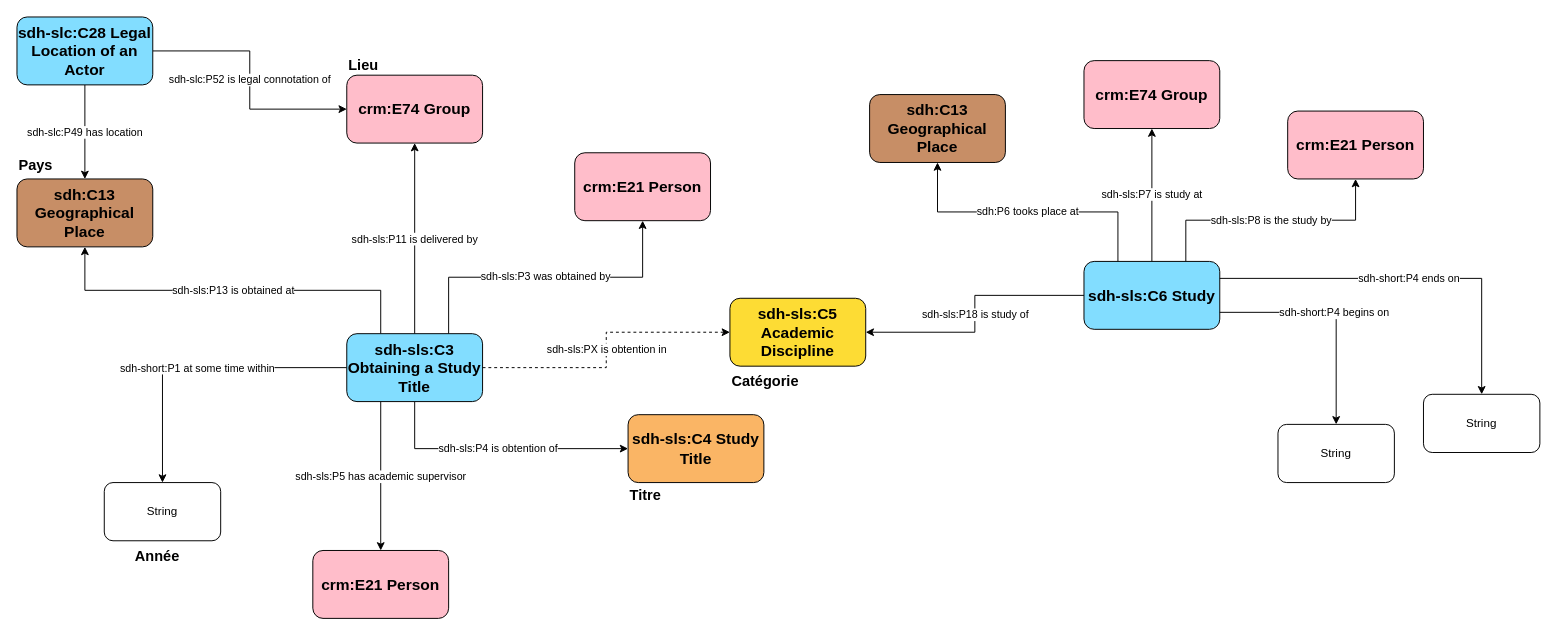
Before: ontology/diagrams/education.drawio in lod4hss-projects/elites_suisses_data, a draw.io diagram. Source tidied: cells renumbered, new cells numbered last; positions are measured from the earlier drawing's top-left corner, leaving out a move shared by most shapes. Both pictures are drawn from the tidied source at 97%, with x=0, y=0 at pixel (16, 16).
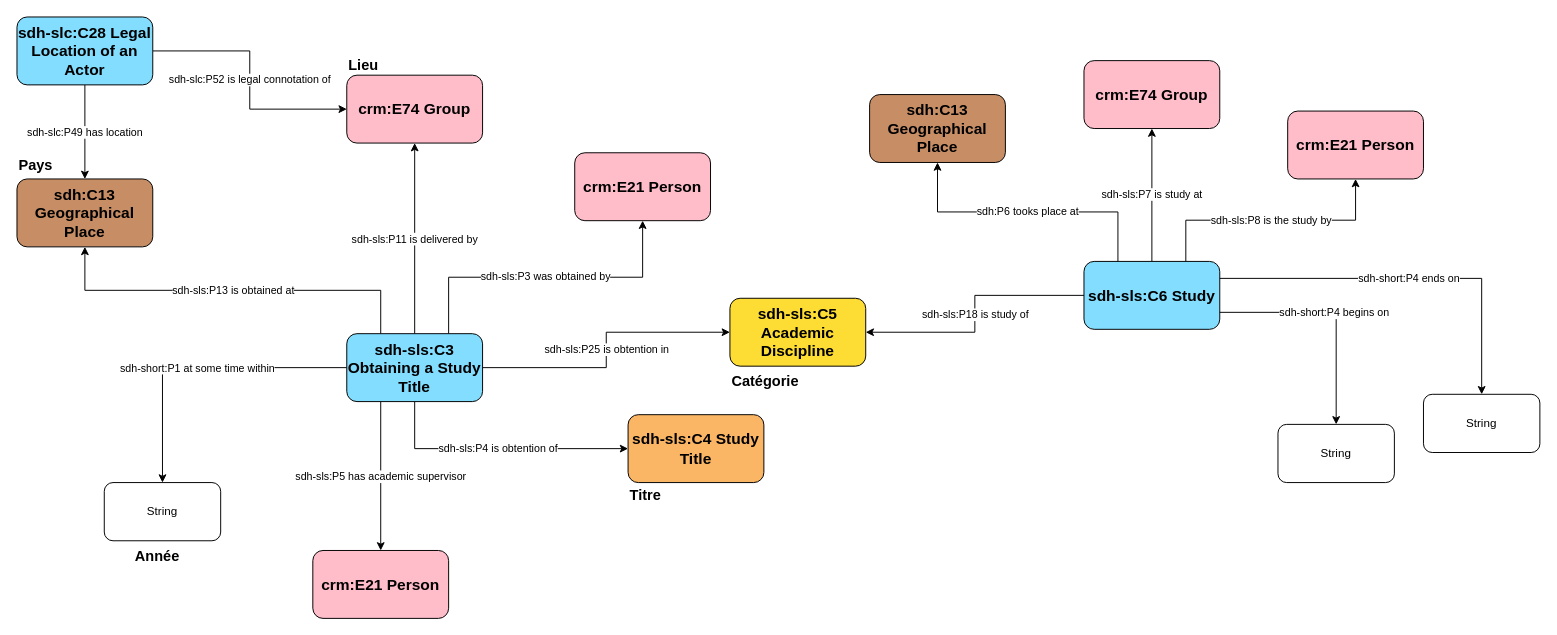
The same page after the edit.

Commit message:
Update new sls property

Unchanged cells that the change refers to:
```xml
<mxCell id="8" value="sdh-sls:C5 Academic Discipline" style="rounded=1;whiteSpace=wrap;html=1;fillColor=#fddc34;fontSize=16;fontStyle=1;" parent="1" vertex="1">
  <mxGeometry x="735" y="290" width="140" height="70" as="geometry" />
</mxCell>
<mxCell id="17" value="sdh-sls:C3 Obtaining a Study Title" style="rounded=1;whiteSpace=wrap;html=1;fillColor=#82ddff;fontSize=16;fontStyle=1;" parent="1" vertex="1">
  <mxGeometry x="340" y="326.5" width="140" height="70" as="geometry" />
</mxCell>
```

Change to the diagram source:
```diff
@@
-    <mxCell id="13" value="sdh-sls:PX is obtention in" style="edgeStyle=orthogonalEdgeStyle;rounded=0;jettySize=auto;html=1;exitX=1;exitY=0.5;exitDx=0;exitDy=0;dashed=1;" parent="1" edge="1" source="17" target="8">
+    <mxCell id="13" value="sdh-sls:P25 is obtention in" style="edgeStyle=orthogonalEdgeStyle;rounded=0;jettySize=auto;html=1;exitX=1;exitY=0.5;exitDx=0;exitDy=0;" parent="1" edge="1" source="17" target="8">
       <mxGeometry relative="1" as="geometry" />
     </mxCell>
```
